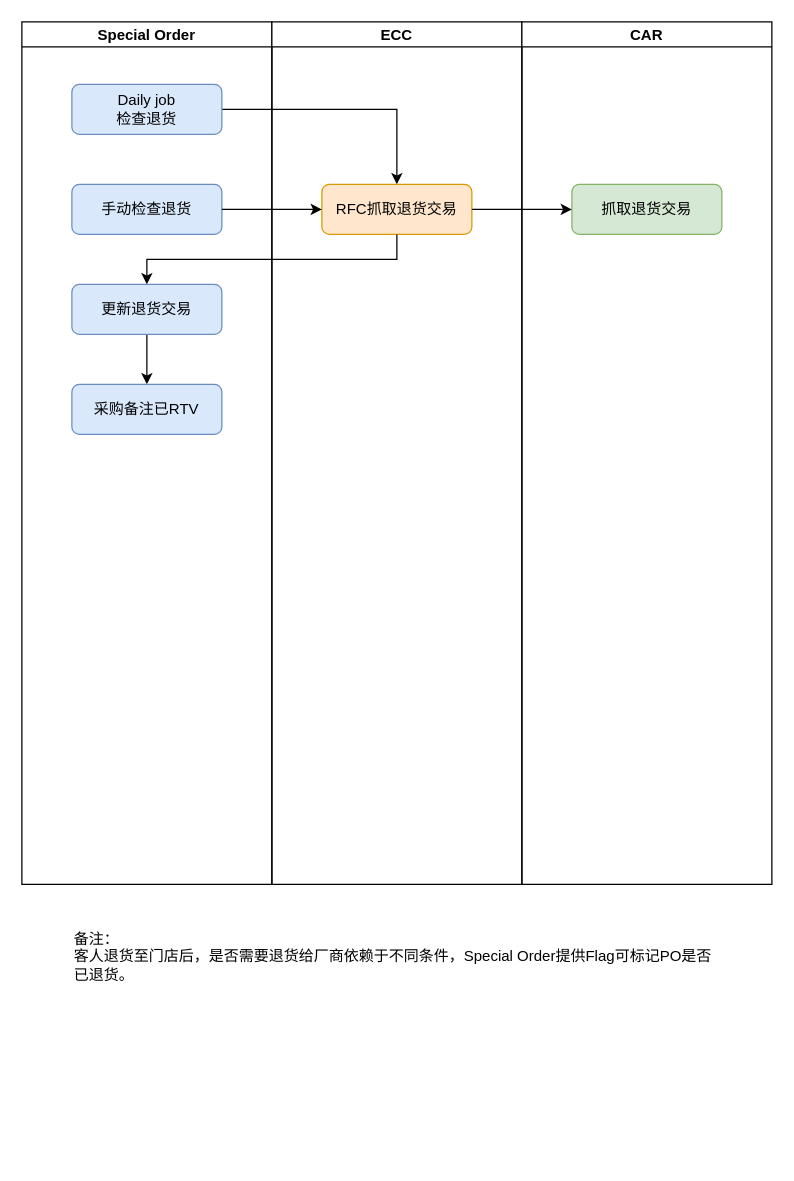
Earlier version of the draw.io diagram page "SO退货系统流程" (6 of 6) of Special Order.drawio (luss613/draw.io). Source tidied: cells renumbered, new cells numbered last; positions are measured from the earlier drawing's top-left corner, leaving out a move shared by most shapes. Both pictures are drawn from the tidied source at 125%, with x=0, y=0 at pixel (21, 21).
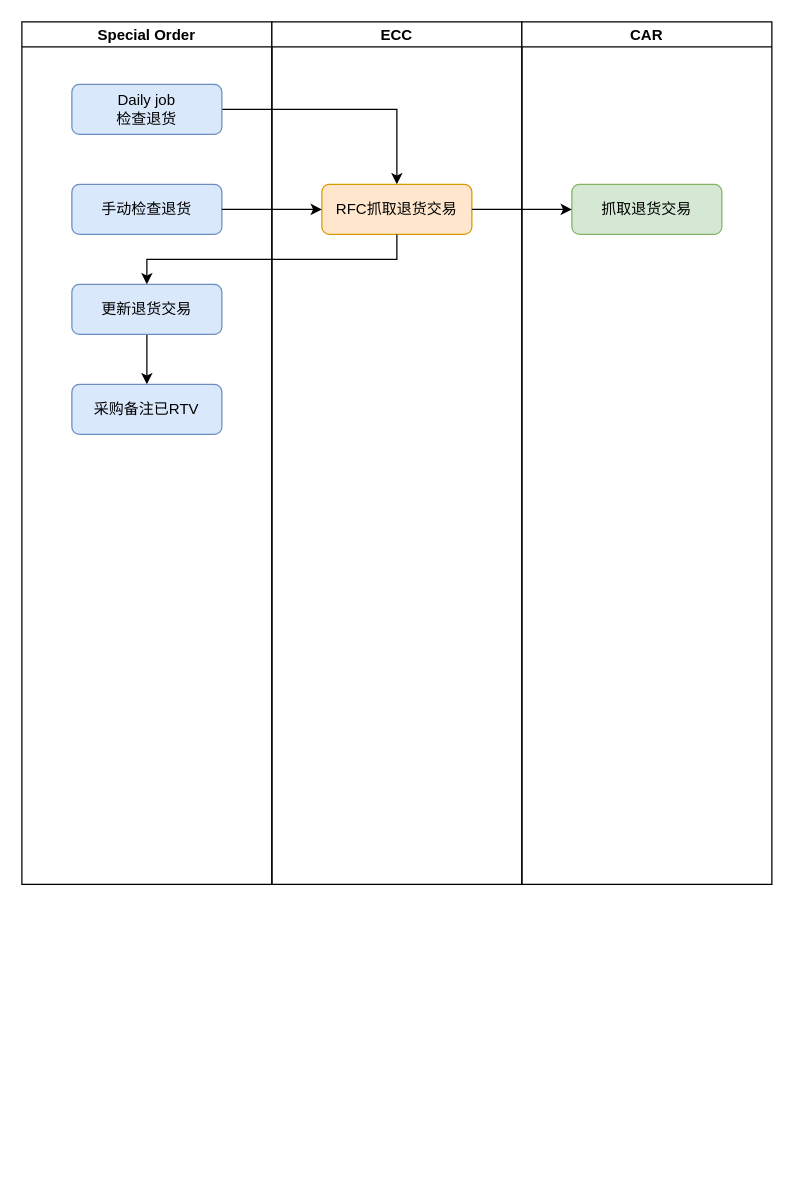
The same diagram, later.

Change to the diagram source:
```diff
@@
 <mxGraphModel>
   <root>
     <mxCell id="0" />
     <mxCell id="1" parent="0" />
     <mxCell id="2" style="edgeStyle=orthogonalEdgeStyle;rounded=0;jettySize=auto;html=1;" parent="1" edge="1" source="3" target="11">
       <mxGeometry relative="1" as="geometry" />
     </mxCell>
     <mxCell id="3" value="Daily job&lt;br&gt;检查退货" style="rounded=1;whiteSpace=wrap;html=1;fontSize=12;glass=0;strokeWidth=1;shadow=0;fillColor=#dae8fc;strokeColor=#6c8ebf;" parent="1" vertex="1">
       <mxGeometry x="40" y="50" width="120" height="40" as="geometry" />
     </mxCell>
-    <mxCell id="4" value="备注：&lt;br&gt;客人退货至门店后，是否需要退货给厂商依赖于不同条件，Special Order提供Flag可标记PO是否已退货。" style="text;html=1;strokeColor=none;fillColor=none;align=left;verticalAlign=top;whiteSpace=wrap;rounded=0;" parent="1" vertex="1">
-      <mxGeometry x="40" y="720" width="520" height="190" as="geometry" />
-    </mxCell>
     <mxCell id="5" value="Special Order" style="swimlane;startSize=20;" parent="1" vertex="1">
       <mxGeometry width="200" height="690" as="geometry" />
     </mxCell>
     <mxCell id="6" style="edgeStyle=orthogonalEdgeStyle;rounded=0;jettySize=auto;html=1;" parent="5" edge="1" source="7" target="9">
       <mxGeometry relative="1" as="geometry" />
     </mxCell>
     <mxCell id="7" value="更新退货交易" style="rounded=1;whiteSpace=wrap;html=1;fontSize=12;glass=0;strokeWidth=1;shadow=0;fillColor=#dae8fc;strokeColor=#6c8ebf;" parent="5" vertex="1">
       <mxGeometry x="40" y="210" width="120" height="40" as="geometry" />
     </mxCell>
     <mxCell id="8" value="手动检查退货" style="rounded=1;whiteSpace=wrap;html=1;fontSize=12;glass=0;strokeWidth=1;shadow=0;fillColor=#dae8fc;strokeColor=#6c8ebf;" parent="5" vertex="1">
       <mxGeometry x="40" y="130" width="120" height="40" as="geometry" />
     </mxCell>
     <mxCell id="9" value="采购备注已RTV" style="rounded=1;whiteSpace=wrap;html=1;fontSize=12;glass=0;strokeWidth=1;shadow=0;fillColor=#dae8fc;strokeColor=#6c8ebf;" parent="5" vertex="1">
       <mxGeometry x="40" y="290" width="120" height="40" as="geometry" />
     </mxCell>
     <mxCell id="10" value="ECC" style="swimlane;startSize=20;" parent="1" vertex="1">
       <mxGeometry x="200" width="200" height="690" as="geometry" />
     </mxCell>
     <mxCell id="11" value="RFC抓取退货交易" style="rounded=1;whiteSpace=wrap;html=1;fontSize=12;glass=0;strokeWidth=1;shadow=0;fillColor=#ffe6cc;strokeColor=#d79b00;" parent="10" vertex="1">
       <mxGeometry x="40" y="130" width="120" height="40" as="geometry" />
     </mxCell>
     <mxCell id="12" value="CAR" style="swimlane;startSize=20;" parent="1" vertex="1">
       <mxGeometry x="400" width="200" height="690" as="geometry" />
     </mxCell>
     <mxCell id="13" value="抓取退货交易" style="rounded=1;whiteSpace=wrap;html=1;fontSize=12;glass=0;strokeWidth=1;shadow=0;fillColor=#d5e8d4;strokeColor=#82b366;" parent="12" vertex="1">
       <mxGeometry x="40" y="130" width="120" height="40" as="geometry" />
     </mxCell>
     <mxCell id="14" style="edgeStyle=orthogonalEdgeStyle;rounded=0;jettySize=auto;html=1;entryX=0;entryY=0.5;entryDx=0;entryDy=0;" parent="1" edge="1" source="11" target="13">
       <mxGeometry relative="1" as="geometry" />
     </mxCell>
     <mxCell id="15" style="edgeStyle=orthogonalEdgeStyle;rounded=0;jettySize=auto;html=1;exitX=0.5;exitY=1;exitDx=0;exitDy=0;" parent="1" edge="1" source="11" target="7">
       <mxGeometry relative="1" as="geometry" />
     </mxCell>
     <mxCell id="16" style="edgeStyle=orthogonalEdgeStyle;rounded=0;jettySize=auto;html=1;" parent="1" edge="1" source="8" target="11">
       <mxGeometry relative="1" as="geometry" />
     </mxCell>
   </root>
 </mxGraphModel>
```
